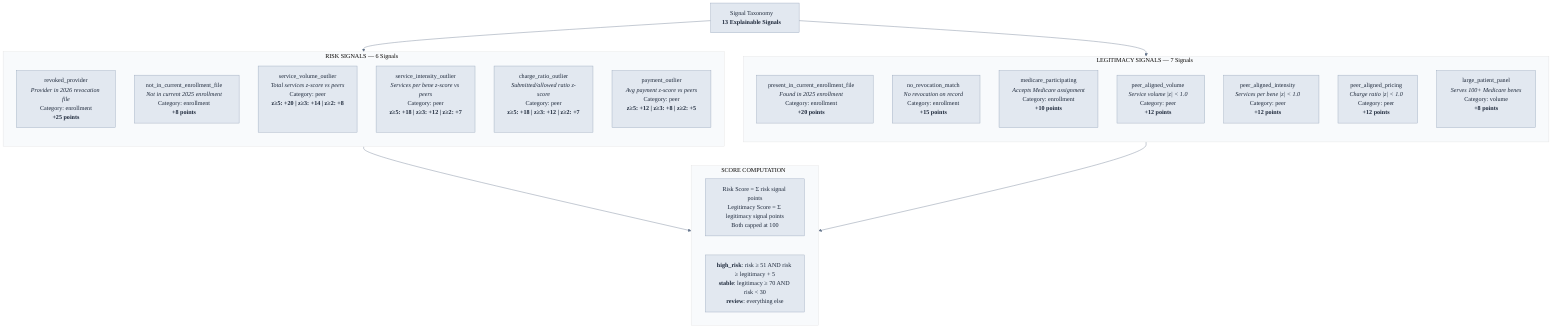
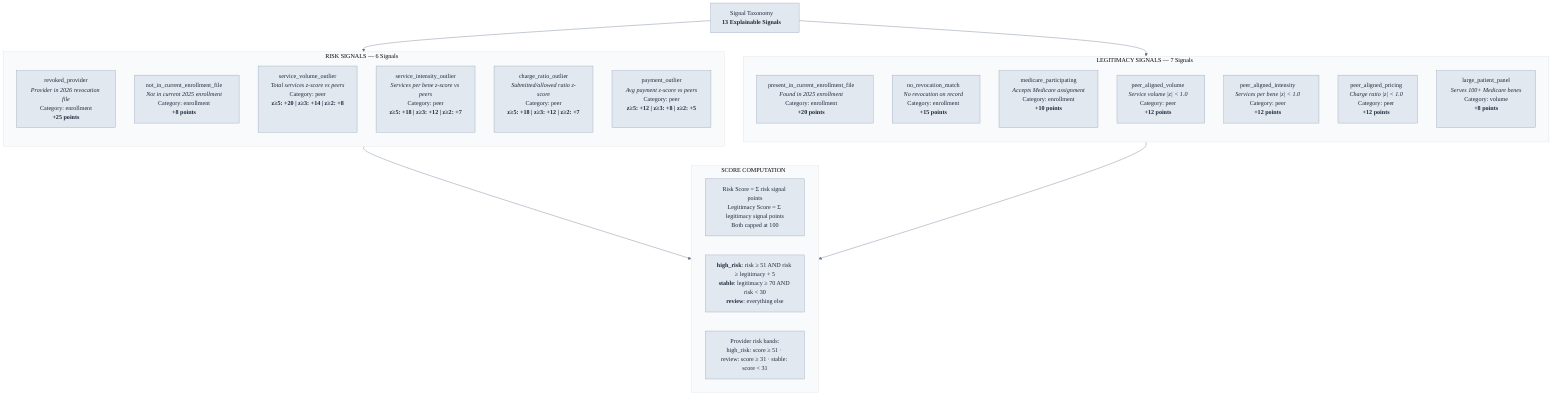
%%{init: {'theme': 'base', 'themeVariables': {'primaryColor': '#e2e8f0', 'primaryTextColor': '#1e293b', 'primaryBorderColor': '#94a3b8', 'lineColor': '#64748b', 'secondaryColor': '#f1f5f9', 'tertiaryColor': '#f8fafc', 'fontFamily': 'Inter, system-ui, sans-serif'}}}%%

graph TB
    ROOT["Signal Taxonomy<br/><b>13 Explainable Signals</b>"]

    subgraph RISK["RISK SIGNALS — 6 Signals"]
        direction TB
        R1["revoked_provider<br/><i>Provider in 2026 revocation file</i><br/>Category: enrollment<br/><b>+25 points</b>"]
        R2["not_in_current_enrollment_file<br/><i>Not in current 2025 enrollment</i><br/>Category: enrollment<br/><b>+8 points</b>"]
        R3["service_volume_outlier<br/><i>Total services z-score vs peers</i><br/>Category: peer<br/><b>z≥5: +20 | z≥3: +14 | z≥2: +8</b>"]
        R4["service_intensity_outlier<br/><i>Services per bene z-score vs peers</i><br/>Category: peer<br/><b>z≥5: +18 | z≥3: +12 | z≥2: +7</b>"]
        R5["charge_ratio_outlier<br/><i>Submitted/allowed ratio z-score</i><br/>Category: peer<br/><b>z≥5: +18 | z≥3: +12 | z≥2: +7</b>"]
        R6["payment_outlier<br/><i>Avg payment z-score vs peers</i><br/>Category: peer<br/><b>z≥5: +12 | z≥3: +8 | z≥2: +5</b>"]
    end

    subgraph LEGIT["LEGITIMACY SIGNALS — 7 Signals"]
        direction TB
        L1["present_in_current_enrollment_file<br/><i>Found in 2025 enrollment</i><br/>Category: enrollment<br/><b>+20 points</b>"]
        L2["no_revocation_match<br/><i>No revocation on record</i><br/>Category: enrollment<br/><b>+15 points</b>"]
        L3["medicare_participating<br/><i>Accepts Medicare assignment</i><br/>Category: enrollment<br/><b>+10 points</b>"]
        L4["peer_aligned_volume<br/><i>Service volume |z| &lt; 1.0</i><br/>Category: peer<br/><b>+12 points</b>"]
        L5["peer_aligned_intensity<br/><i>Services per bene |z| &lt; 1.0</i><br/>Category: peer<br/><b>+12 points</b>"]
        L6["peer_aligned_pricing<br/><i>Charge ratio |z| &lt; 1.0</i><br/>Category: peer<br/><b>+12 points</b>"]
        L7["large_patient_panel<br/><i>Serves 100+ Medicare benes</i><br/>Category: volume<br/><b>+8 points</b>"]
    end

    subgraph SCORING["SCORE COMPUTATION"]
        FORMULA["Risk Score = Σ risk signal points<br/>Legitimacy Score = Σ legitimacy signal points<br/>Both capped at 100"]
        LABELS["<b>high_risk</b>: risk ≥ 51 AND risk ≥ legitimacy + 5<br/><b>stable</b>: legitimacy ≥ 70 AND risk &lt; 30<br/><b>review</b>: everything else"]
+         BANDS["Provider risk bands:<br/>high_risk: score ≥ 51 · review: score ≥ 31 · stable: score &lt; 31"]
    end

    ROOT --> RISK
    ROOT --> LEGIT
    RISK --> SCORING
    LEGIT --> SCORING
